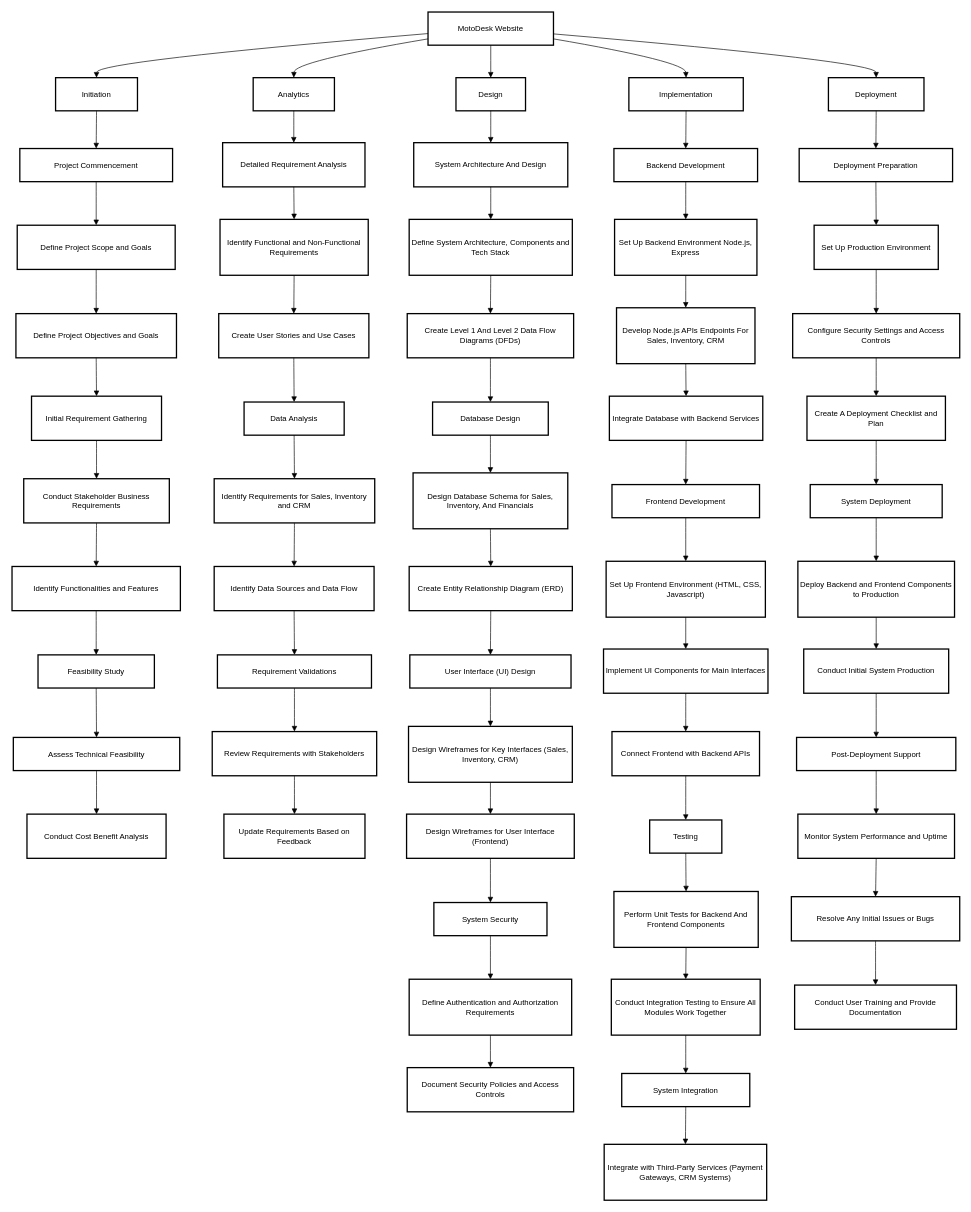
CODEX108/Computer-Security keeps this draw.io diagram as Untitled Diagram.drawio. Above is the earlier version. Source tidied: cells renumbered, new cells numbered last; positions are measured from the earlier drawing's top-left corner, leaving out a move shared by most shapes. Both pictures are drawn from the tidied source at 65%, with x=0, y=0 at pixel (12, 12).
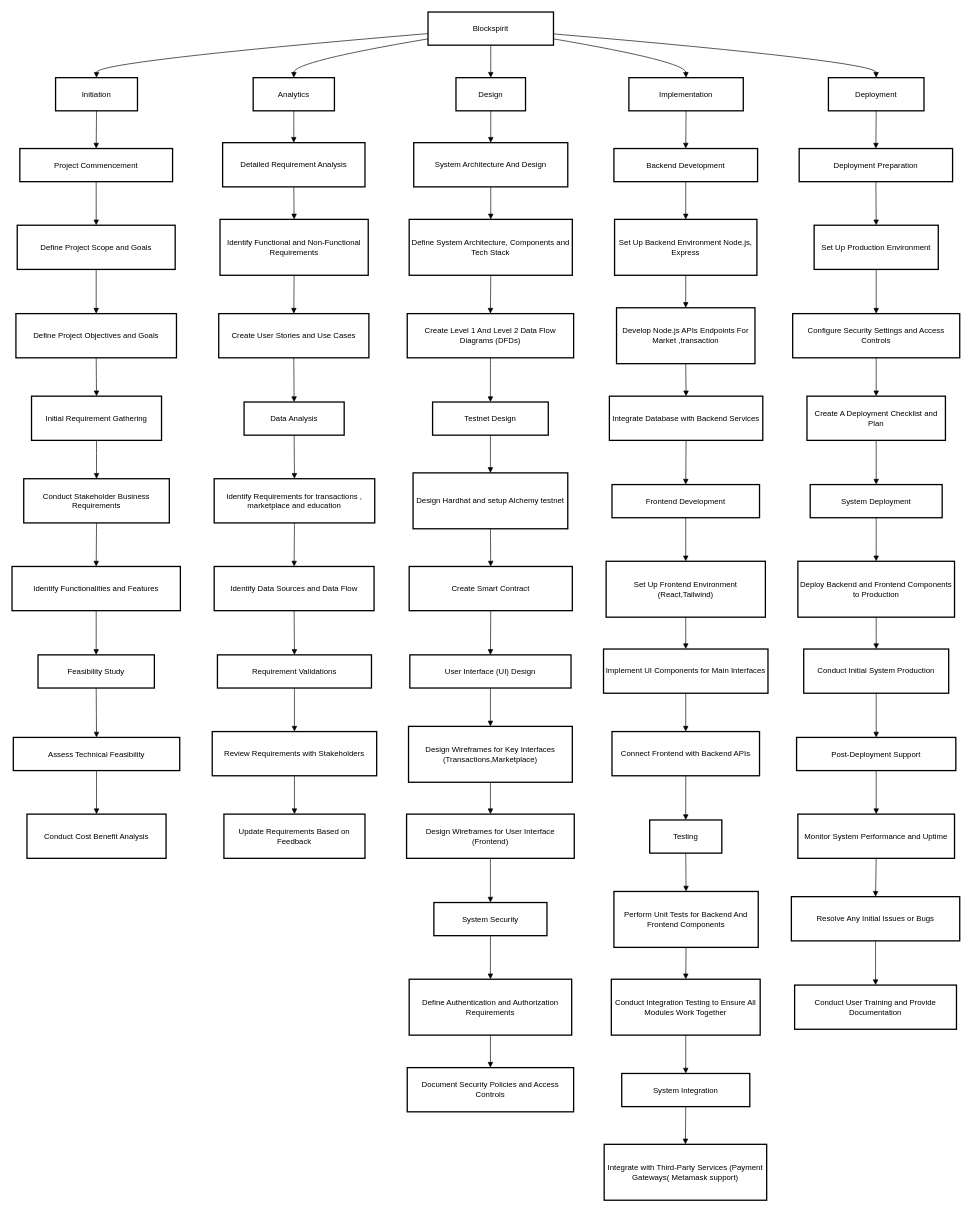
Above is the later version.

The edit, as a diff of the source:
```diff
@@
-    <mxCell id="2" value="MotoDesk Website" style="whiteSpace=wrap;strokeWidth=2;" parent="1" vertex="1">
+    <mxCell id="2" value="Blockspirit" style="whiteSpace=wrap;strokeWidth=2;" parent="1" vertex="1">
       <mxGeometry x="640" width="193" height="51" as="geometry" />
     </mxCell>
@@
-    <mxCell id="21" value="Identify Requirements for Sales, Inventory and CRM" style="whiteSpace=wrap;strokeWidth=2;" parent="1" vertex="1">
+    <mxCell id="21" value="Identify Requirements for transactions , marketplace and education" style="whiteSpace=wrap;strokeWidth=2;" parent="1" vertex="1">
       <mxGeometry x="311" y="718" width="247" height="68" as="geometry" />
     </mxCell>
@@
-    <mxCell id="29" value="Database Design" style="whiteSpace=wrap;strokeWidth=2;" parent="1" vertex="1">
+    <mxCell id="29" value="Testnet Design" style="whiteSpace=wrap;strokeWidth=2;" parent="1" vertex="1">
       <mxGeometry x="647" y="600" width="178" height="51" as="geometry" />
     </mxCell>
-    <mxCell id="30" value="Design Database Schema for Sales, Inventory, And Financials" style="whiteSpace=wrap;strokeWidth=2;" parent="1" vertex="1">
+    <mxCell id="30" value="Design Hardhat and setup Alchemy testnet" style="whiteSpace=wrap;strokeWidth=2;" parent="1" vertex="1">
       <mxGeometry x="617" y="709" width="238" height="86" as="geometry" />
     </mxCell>
-    <mxCell id="31" value="Create Entity Relationship Diagram (ERD)" style="whiteSpace=wrap;strokeWidth=2;" parent="1" vertex="1">
+    <mxCell id="31" value="Create Smart Contract" style="whiteSpace=wrap;strokeWidth=2;" parent="1" vertex="1">
       <mxGeometry x="611" y="853" width="251" height="68" as="geometry" />
     </mxCell>
@@
-    <mxCell id="33" value="Design Wireframes for Key Interfaces (Sales, Inventory, CRM)" style="whiteSpace=wrap;strokeWidth=2;" parent="1" vertex="1">
+    <mxCell id="33" value="Design Wireframes for Key Interfaces (Transactions,Marketplace)" style="whiteSpace=wrap;strokeWidth=2;" parent="1" vertex="1">
       <mxGeometry x="610" y="1099" width="252" height="86" as="geometry" />
     </mxCell>
@@
-    <mxCell id="40" value="Develop Node.js APIs Endpoints For Sales, Inventory, CRM" style="whiteSpace=wrap;strokeWidth=2;" parent="1" vertex="1">
+    <mxCell id="40" value="Develop Node.js APIs Endpoints For Market ,transaction" style="whiteSpace=wrap;strokeWidth=2;" parent="1" vertex="1">
       <mxGeometry x="930" y="455" width="213" height="86" as="geometry" />
     </mxCell>
@@
-    <mxCell id="43" value="Set Up Frontend Environment (HTML, CSS, Javascript)" style="whiteSpace=wrap;strokeWidth=2;" parent="1" vertex="1">
+    <mxCell id="43" value="Set Up Frontend Environment (React,Tailwind)" style="whiteSpace=wrap;strokeWidth=2;" parent="1" vertex="1">
       <mxGeometry x="914" y="845" width="245" height="86" as="geometry" />
     </mxCell>
@@
-    <mxCell id="50" value="Integrate with Third-Party Services (Payment Gateways, CRM Systems)" style="whiteSpace=wrap;strokeWidth=2;" parent="1" vertex="1">
+    <mxCell id="50" value="Integrate with Third-Party Services (Payment Gateways( Metamask support)" style="whiteSpace=wrap;strokeWidth=2;" parent="1" vertex="1">
       <mxGeometry x="911" y="1742" width="250" height="86" as="geometry" />
     </mxCell>
```
